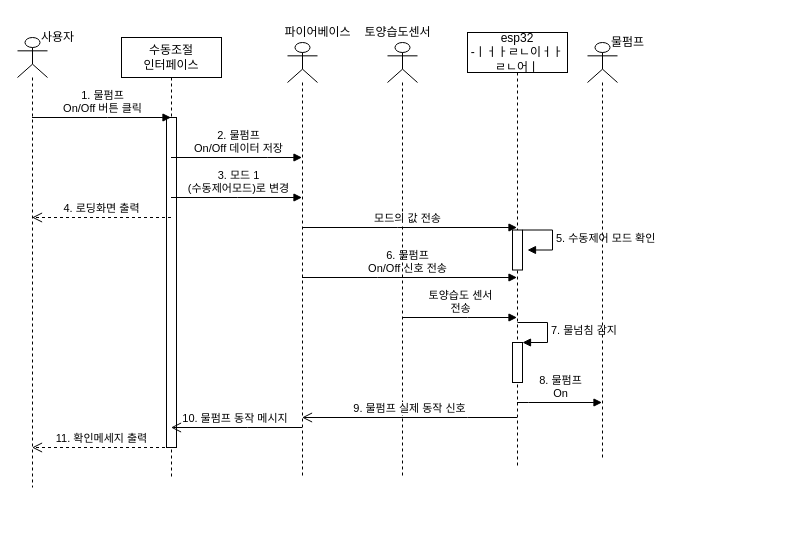
sonmyungwon/Software-Development keeps this draw.io diagram as 5주차/시퀀스 다이어그램/manual_seq_dg.drawio. Above is the earlier version. Source tidied: cells renumbered, new cells numbered last; positions are measured from the earlier drawing's top-left corner, leaving out a move shared by most shapes. Both pictures are drawn from the tidied source at 100%, with x=0, y=0 at pixel (17, 17).
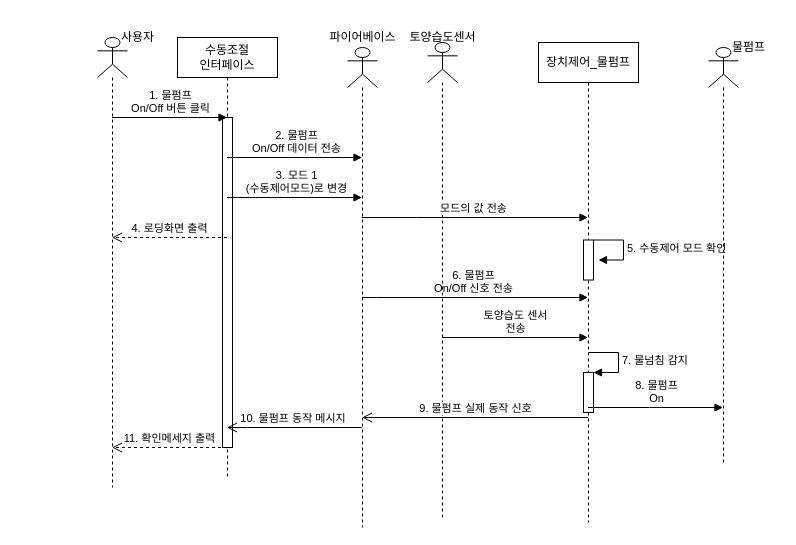
The same page after the edit.

The edit, as a diff of the source:
```diff
@@
     <mxCell id="2" value="수동조절&lt;br&gt;&amp;nbsp;인터페이스&lt;span style=&quot;white-space: pre;&quot;&gt; &lt;/span&gt;" style="shape=umlLifeline;perimeter=lifelinePerimeter;whiteSpace=wrap;html=1;outlineConnect=0;" parent="1" vertex="1">
-      <mxGeometry x="104" y="20" width="100" height="440" as="geometry" />
+      <mxGeometry x="160" y="20" width="100" height="440" as="geometry" />
     </mxCell>
@@
-    <mxCell id="4" value="esp32&lt;br&gt;-ㅣㅓㅏㄹㄴ이ㅓㅏㄹㄴ어ㅣ" style="shape=umlLifeline;perimeter=lifelinePerimeter;whiteSpace=wrap;html=1;outlineConnect=0;" parent="1" vertex="1">
-      <mxGeometry x="450" y="15" width="100" height="435" as="geometry" />
+    <mxCell id="4" value="장치제어_물펌프" style="shape=umlLifeline;perimeter=lifelinePerimeter;whiteSpace=wrap;html=1;outlineConnect=0;" parent="1" vertex="1">
+      <mxGeometry x="521" y="25" width="100" height="480" as="geometry" />
     </mxCell>
     <mxCell id="5" style="html=1;points=[];perimeter=orthogonalPerimeter;" parent="4" vertex="1">
-      <mxGeometry x="45" y="310" width="10" height="40" as="geometry" />
+      <mxGeometry x="45" y="330" width="10" height="40" as="geometry" />
     </mxCell>
     <mxCell id="6" value="7. 물넘침 감지" style="edgeStyle=orthogonalEdgeStyle;html=1;align=left;spacingLeft=2;endArrow=block;rounded=0;entryX=1;entryY=0;" parent="4" edge="1" target="5">
       <mxGeometry relative="1" as="geometry">
-        <mxPoint x="50" y="290" as="sourcePoint" />
+        <mxPoint x="50" y="310" as="sourcePoint" />
         <Array as="points">
-          <mxPoint x="80" y="290" />
+          <mxPoint x="80" y="310" />
         </Array>
       </mxGeometry>
     </mxCell>
+    <mxCell id="8" value="5. 수동제어 모드 확인" style="edgeStyle=orthogonalEdgeStyle;html=1;align=left;spacingLeft=2;endArrow=block;rounded=0;entryX=1;entryY=0;" parent="4" edge="1">
+      <mxGeometry relative="1" as="geometry">
+        <mxPoint x="55" y="197.5" as="sourcePoint" />
+        <mxPoint x="60" y="217.5" as="targetPoint" />
+        <Array as="points">
+          <mxPoint x="85" y="197.5" />
+        </Array>
+      </mxGeometry>
+    </mxCell>
@@
-    <mxCell id="8" value="5. 수동제어 모드 확인" style="edgeStyle=orthogonalEdgeStyle;html=1;align=left;spacingLeft=2;endArrow=block;rounded=0;entryX=1;entryY=0;" parent="4" edge="1">
-      <mxGeometry relative="1" as="geometry">
-        <mxPoint x="55" y="197.5" as="sourcePoint" />
-        <mxPoint x="60" y="217.5" as="targetPoint" />
-        <Array as="points">
-          <mxPoint x="85" y="197.5" />
-        </Array>
-      </mxGeometry>
-    </mxCell>
     <mxCell id="9" value="1. 물펌프&lt;br&gt;On/Off 버튼 클릭" style="html=1;verticalAlign=bottom;endArrow=block;rounded=0;" parent="1" edge="1" source="14" target="2">
       <mxGeometry relative="1" as="geometry">
         <Array as="points">
-          <mxPoint x="90" y="100" />
+          <mxPoint x="170" y="100" />
         </Array>
       </mxGeometry>
     </mxCell>
     <mxCell id="10" value="11. 확인메세지 출력" style="html=1;verticalAlign=bottom;endArrow=open;dashed=1;endSize=8;rounded=0;" parent="1" edge="1" source="2" target="14">
       <mxGeometry relative="1" as="geometry">
         <Array as="points">
-          <mxPoint x="100" y="430" />
+          <mxPoint x="180" y="430" />
         </Array>
       </mxGeometry>
     </mxCell>
-    <mxCell id="11" value="2. 물펌프&lt;br&gt;On/Off 데이터 저장" style="html=1;verticalAlign=bottom;endArrow=block;rounded=0;" parent="1" edge="1" source="2" target="18">
+    <mxCell id="11" value="2. 물펌프&lt;br&gt;On/Off 데이터 전송" style="html=1;verticalAlign=bottom;endArrow=block;rounded=0;" parent="1" edge="1" source="2" target="18">
       <mxGeometry x="0.02" relative="1" as="geometry">
         <Array as="points">
-          <mxPoint x="250" y="140" />
+          <mxPoint x="210" y="140" />
         </Array>
       </mxGeometry>
     </mxCell>
-    <mxCell id="12" value="6. 물펌프&lt;br&gt;On/Off 신호 전송" style="html=1;verticalAlign=bottom;endArrow=block;rounded=0;" parent="1" edge="1" source="18" target="4">
+    <mxCell id="12" value="6. 물펌프&lt;br&gt;On/Off 신호 전송" style="html=1;verticalAlign=bottom;endArrow=block;rounded=0;" parent="1" edge="1" target="4">
       <mxGeometry x="-0.02" relative="1" as="geometry">
+        <mxPoint x="344.5" y="280" as="sourcePoint" />
         <Array as="points">
-          <mxPoint x="360" y="260" />
+          <mxPoint x="360" y="280" />
         </Array>
       </mxGeometry>
     </mxCell>
     <mxCell id="13" value="8. 물펌프&lt;br&gt;On" style="html=1;verticalAlign=bottom;endArrow=block;rounded=0;" parent="1" edge="1" source="4" target="16">
       <mxGeometry relative="1" as="geometry">
         <Array as="points">
-          <mxPoint x="511" y="385" />
+          <mxPoint x="632" y="390" />
         </Array>
       </mxGeometry>
     </mxCell>
     <mxCell id="14" style="shape=umlLifeline;participant=umlActor;perimeter=lifelinePerimeter;whiteSpace=wrap;html=1;verticalAlign=top;spacingTop=36;outlineConnect=0;" parent="1" vertex="1">
-      <mxGeometry y="20" width="30" height="450" as="geometry" />
+      <mxGeometry x="80" y="20" width="30" height="450" as="geometry" />
     </mxCell>
     <mxCell id="15" value="사용자" style="text;html=1;align=center;verticalAlign=middle;strokeColor=none;fillColor=none;" parent="1" vertex="1">
-      <mxGeometry x="10" y="5" width="60" height="30" as="geometry" />
+      <mxGeometry x="90" y="5" width="60" height="30" as="geometry" />
     </mxCell>
     <mxCell id="16" style="shape=umlLifeline;participant=umlActor;perimeter=lifelinePerimeter;whiteSpace=wrap;html=1;verticalAlign=top;spacingTop=36;outlineConnect=0;" parent="1" vertex="1">
-      <mxGeometry x="570" y="25" width="30" height="415" as="geometry" />
+      <mxGeometry x="691" y="30" width="30" height="415" as="geometry" />
     </mxCell>
     <mxCell id="17" value="물펌프" style="text;html=1;align=center;verticalAlign=middle;strokeColor=none;fillColor=none;" parent="1" vertex="1">
-      <mxGeometry x="580" y="10" width="60" height="30" as="geometry" />
+      <mxGeometry x="701" y="15" width="60" height="30" as="geometry" />
     </mxCell>
     <mxCell id="18" style="shape=umlLifeline;participant=umlActor;perimeter=lifelinePerimeter;whiteSpace=wrap;html=1;verticalAlign=top;spacingTop=36;outlineConnect=0;" parent="1" vertex="1">
-      <mxGeometry x="270" y="25" width="30" height="435" as="geometry" />
+      <mxGeometry x="330" y="30" width="30" height="480" as="geometry" />
     </mxCell>
     <mxCell id="19" value="파이어베이스" style="text;html=1;align=center;verticalAlign=middle;strokeColor=none;fillColor=none;" parent="1" vertex="1">
-      <mxGeometry x="250" width="100" height="30" as="geometry" />
+      <mxGeometry x="295" y="5" width="100" height="30" as="geometry" />
     </mxCell>
     <mxCell id="20" style="shape=umlLifeline;participant=umlActor;perimeter=lifelinePerimeter;whiteSpace=wrap;html=1;verticalAlign=top;spacingTop=36;outlineConnect=0;" parent="1" vertex="1">
-      <mxGeometry x="370" y="25" width="30" height="435" as="geometry" />
+      <mxGeometry x="410" y="25" width="30" height="475" as="geometry" />
     </mxCell>
     <mxCell id="21" value="토양습도센서" style="text;html=1;align=center;verticalAlign=middle;strokeColor=none;fillColor=none;" parent="1" vertex="1">
-      <mxGeometry x="330" width="100" height="30" as="geometry" />
+      <mxGeometry x="375" y="5" width="100" height="30" as="geometry" />
     </mxCell>
-    <mxCell id="22" value="토양습도 센서&lt;br&gt;전송" style="html=1;verticalAlign=bottom;endArrow=block;rounded=0;" parent="1" edge="1" source="20" target="4">
-      <mxGeometry relative="1" as="geometry">
-        <Array as="points">
-          <mxPoint x="450" y="300" />
-        </Array>
-      </mxGeometry>
-    </mxCell>
     <mxCell id="23" value="4. 로딩화면 출력" style="html=1;verticalAlign=bottom;endArrow=open;dashed=1;endSize=8;rounded=0;" parent="1" edge="1" source="2" target="14">
       <mxGeometry relative="1" as="geometry">
         <Array as="points">
-          <mxPoint x="90" y="200" />
+          <mxPoint x="170" y="220" />
         </Array>
       </mxGeometry>
     </mxCell>
@@
     <mxCell id="27" value="모드의 값 전송" style="html=1;verticalAlign=bottom;endArrow=block;rounded=0;" parent="1" edge="1" source="18" target="4">
       <mxGeometry x="-0.02" relative="1" as="geometry">
         <Array as="points">
-          <mxPoint x="380" y="210" />
+          <mxPoint x="400" y="200" />
         </Array>
       </mxGeometry>
     </mxCell>
+    <mxCell id="22" value="토양습도 센서&lt;br&gt;전송" style="html=1;verticalAlign=bottom;endArrow=block;rounded=0;" parent="1" edge="1" source="20" target="4">
+      <mxGeometry relative="1" as="geometry">
+        <Array as="points">
+          <mxPoint x="490" y="320" />
+        </Array>
+      </mxGeometry>
+    </mxCell>
```
